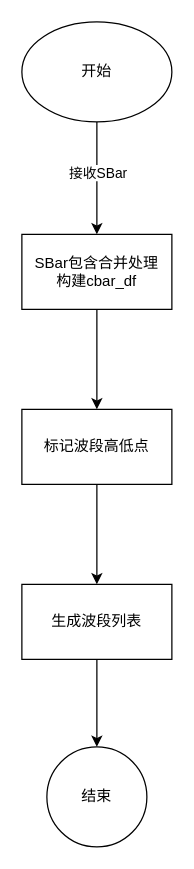
Before: page "CBar" (3 of 9) of docs/followchart.drawio in ligl/pulao, a draw.io diagram. Source tidied: cells renumbered, new cells numbered last; positions are measured from the earlier drawing's top-left corner, leaving out a move shared by most shapes. Both pictures are drawn from the tidied source at 125%, with x=0, y=0 at pixel (21, 21).
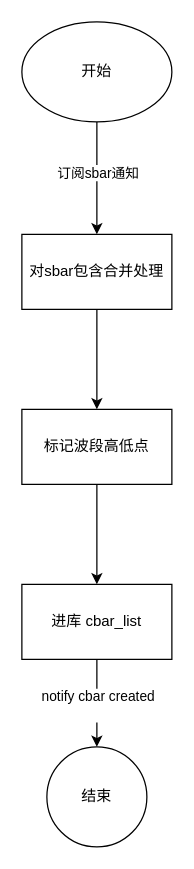
The same page after the edit.

The edit, as a diff of the source:
```diff
@@
 <mxGraphModel>
   <root>
     <mxCell id="0" />
     <mxCell id="1" parent="0" />
     <mxCell id="2" style="edgeStyle=orthogonalEdgeStyle;rounded=0;jettySize=auto;html=1;" parent="1" edge="1" source="4" target="6">
       <mxGeometry relative="1" as="geometry" />
     </mxCell>
-    <mxCell id="3" value="接收SBar" style="edgeLabel;html=1;align=center;verticalAlign=middle;" parent="2" vertex="1">
+    <mxCell id="3" value="订阅sbar通知" style="edgeLabel;html=1;align=center;verticalAlign=middle;" parent="2" vertex="1">
       <mxGeometry x="-0.11" relative="1" as="geometry" />
     </mxCell>
     <mxCell id="4" value="开始" style="ellipse;whiteSpace=wrap;html=1;" parent="1" vertex="1">
       <mxGeometry width="120" height="80" as="geometry" />
     </mxCell>
     <mxCell id="5" style="edgeStyle=orthogonalEdgeStyle;rounded=0;jettySize=auto;html=1;" parent="1" edge="1" source="6" target="8">
       <mxGeometry relative="1" as="geometry" />
     </mxCell>
-    <mxCell id="6" value="SBar包含合并处理&lt;div&gt;构建cbar_df&lt;/div&gt;" style="whiteSpace=wrap;html=1;" parent="1" vertex="1">
+    <mxCell id="6" value="对sbar包含合并处理" style="whiteSpace=wrap;html=1;" parent="1" vertex="1">
       <mxGeometry y="170" width="120" height="60" as="geometry" />
     </mxCell>
     <mxCell id="7" style="edgeStyle=orthogonalEdgeStyle;rounded=0;jettySize=auto;html=1;" parent="1" edge="1" source="8" target="10">
       <mxGeometry relative="1" as="geometry" />
     </mxCell>
     <mxCell id="8" value="标记波段高低点" style="whiteSpace=wrap;html=1;" parent="1" vertex="1">
       <mxGeometry y="310" width="120" height="60" as="geometry" />
     </mxCell>
     <mxCell id="9" style="edgeStyle=orthogonalEdgeStyle;rounded=0;jettySize=auto;html=1;" parent="1" edge="1" source="10" target="11">
       <mxGeometry relative="1" as="geometry" />
     </mxCell>
+    <mxCell id="12" value="notify cbar created&lt;div&gt;&lt;br&gt;&lt;/div&gt;" style="edgeLabel;html=1;align=center;verticalAlign=middle;" parent="9" vertex="1">
+      <mxGeometry x="0.03" relative="1" as="geometry" />
+    </mxCell>
-    <mxCell id="10" value="生成波段列表" style="whiteSpace=wrap;html=1;" parent="1" vertex="1">
+    <mxCell id="10" value="进库 cbar_list" style="whiteSpace=wrap;html=1;" parent="1" vertex="1">
       <mxGeometry y="450" width="120" height="60" as="geometry" />
     </mxCell>
     <mxCell id="11" value="结束" style="ellipse;whiteSpace=wrap;html=1;" parent="1" vertex="1">
       <mxGeometry x="20" y="580" width="80" height="80" as="geometry" />
     </mxCell>
   </root>
 </mxGraphModel>
```
